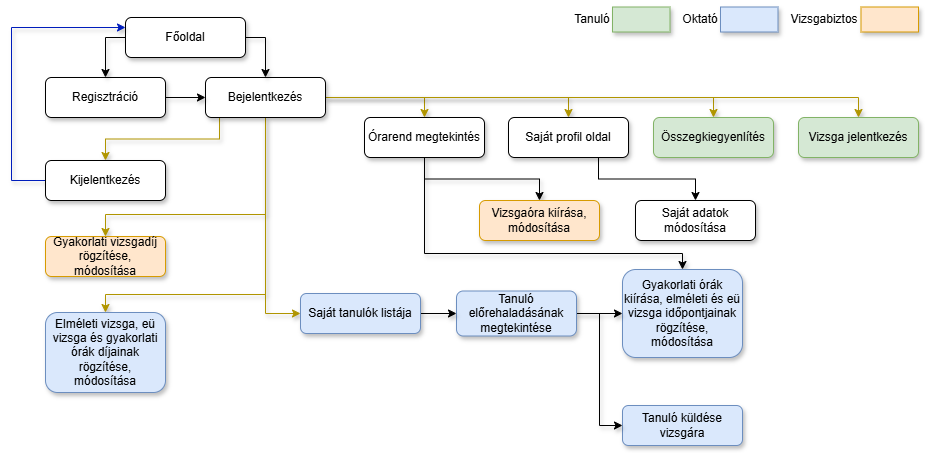
Earlier version of the draw.io export Img/uzleti_folyamatok_modellje.png (herbakmarcell/afp1_projekt). Source tidied: cells renumbered, new cells last; positions are measured from the earlier drawing's top-left corner, leaving out a move shared by most shapes.
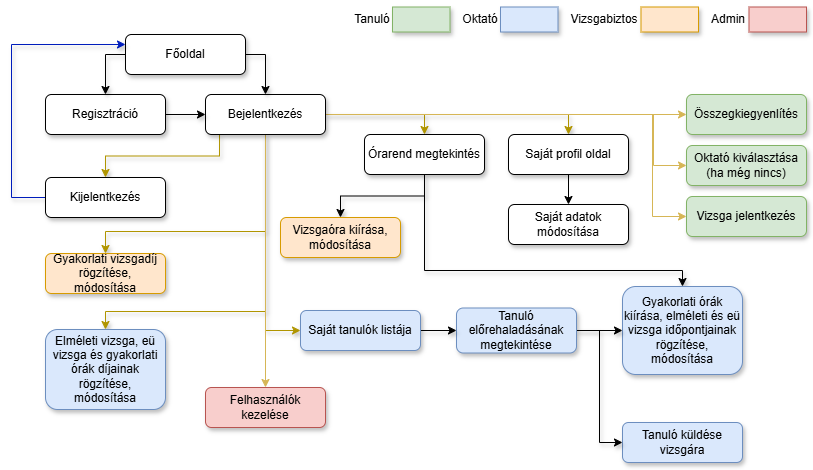
The same diagram one commit later.

Commit message:
Üzleti folyamatok modellje kiegészítés

Change to the diagram source:
```diff
@@ -11,12 +11,6 @@
     <mxCell id="4" style="edgeStyle=orthogonalEdgeStyle;rounded=0;jettySize=auto;html=1;exitX=1;exitY=0.5;exitDx=0;exitDy=0;entryX=0.5;entryY=0;entryDx=0;entryDy=0;fillColor=#e3c800;strokeColor=#B09500;shadow=1;" parent="1" edge="1" source="10" target="14">
       <mxGeometry relative="1" as="geometry" />
     </mxCell>
-    <mxCell id="5" style="edgeStyle=orthogonalEdgeStyle;rounded=0;jettySize=auto;html=1;exitX=1;exitY=0.5;exitDx=0;exitDy=0;entryX=0.5;entryY=0;entryDx=0;entryDy=0;fillColor=#e3c800;strokeColor=#B09500;shadow=1;" parent="1" edge="1" source="10" target="24">
-      <mxGeometry relative="1" as="geometry" />
-    </mxCell>
-    <mxCell id="6" style="edgeStyle=orthogonalEdgeStyle;rounded=0;jettySize=auto;html=1;exitX=1;exitY=0.5;exitDx=0;exitDy=0;entryX=0.5;entryY=0;entryDx=0;entryDy=0;fillColor=#e3c800;strokeColor=#B09500;shadow=1;" parent="1" edge="1" source="10" target="23">
-      <mxGeometry relative="1" as="geometry" />
-    </mxCell>
     <mxCell id="7" style="edgeStyle=orthogonalEdgeStyle;rounded=0;jettySize=auto;html=1;exitX=0.5;exitY=1;exitDx=0;exitDy=0;fillColor=#e3c800;strokeColor=#B09500;shadow=1;" parent="1" edge="1" source="10" target="35">
       <mxGeometry relative="1" as="geometry">
         <Array as="points">
@@ -36,6 +30,28 @@
     <mxCell id="9" style="edgeStyle=orthogonalEdgeStyle;rounded=0;jettySize=auto;html=1;exitX=0.5;exitY=1;exitDx=0;exitDy=0;entryX=0;entryY=0.5;entryDx=0;entryDy=0;fillColor=#e3c800;strokeColor=#B09500;shadow=1;" parent="1" edge="1" source="10" target="40">
       <mxGeometry relative="1" as="geometry" />
     </mxCell>
+    <mxCell id="5" style="edgeStyle=orthogonalEdgeStyle;rounded=0;jettySize=auto;html=1;exitX=1;exitY=0.5;exitDx=0;exitDy=0;fillColor=#fff2cc;strokeColor=#d6b656;" parent="1" edge="1" source="10" target="24">
+      <mxGeometry relative="1" as="geometry" />
+    </mxCell>
+    <mxCell id="42" style="edgeStyle=orthogonalEdgeStyle;rounded=0;jettySize=auto;html=1;exitX=1;exitY=0.5;exitDx=0;exitDy=0;entryX=0;entryY=0.5;entryDx=0;entryDy=0;fillColor=#fff2cc;strokeColor=#d6b656;" parent="1" edge="1" source="10" target="46">
+      <mxGeometry relative="1" as="geometry">
+        <Array as="points">
+          <mxPoint x="642" y="93" />
+          <mxPoint x="642" y="144" />
+        </Array>
+      </mxGeometry>
+    </mxCell>
+    <mxCell id="6" style="edgeStyle=orthogonalEdgeStyle;rounded=0;jettySize=auto;html=1;exitX=1;exitY=0.5;exitDx=0;exitDy=0;entryX=0;entryY=0.5;entryDx=0;entryDy=0;fillColor=#fff2cc;strokeColor=#d6b656;" parent="1" edge="1" source="10" target="23">
+      <mxGeometry relative="1" as="geometry">
+        <Array as="points">
+          <mxPoint x="641" y="93" />
+          <mxPoint x="641" y="195" />
+        </Array>
+      </mxGeometry>
+    </mxCell>
+    <mxCell id="43" style="edgeStyle=orthogonalEdgeStyle;rounded=0;jettySize=auto;html=1;exitX=0.5;exitY=1;exitDx=0;exitDy=0;fillColor=#fff2cc;strokeColor=#d6b656;" parent="1" edge="1" source="10" target="47">
+      <mxGeometry relative="1" as="geometry" />
+    </mxCell>
     <mxCell id="10" value="Bejelentkezés" style="rounded=1;whiteSpace=wrap;html=1;perimeterSpacing=0;shadow=1;" parent="1" vertex="1">
       <mxGeometry x="194" y="73" width="120" height="40" as="geometry" />
     </mxCell>
@@ -45,7 +61,7 @@
     <mxCell id="12" value="Regisztráció" style="rounded=1;whiteSpace=wrap;html=1;perimeterSpacing=0;shadow=1;" parent="1" vertex="1">
       <mxGeometry x="34" y="73" width="120" height="40" as="geometry" />
     </mxCell>
-    <mxCell id="13" style="edgeStyle=orthogonalEdgeStyle;rounded=0;jettySize=auto;html=1;exitX=0.75;exitY=1;exitDx=0;exitDy=0;" parent="1" edge="1" source="14" target="41">
+    <mxCell id="13" style="edgeStyle=orthogonalEdgeStyle;rounded=0;jettySize=auto;html=1;exitX=0.5;exitY=1;exitDx=0;exitDy=0;entryX=0.5;entryY=0;entryDx=0;entryDy=0;" parent="1" edge="1" source="14" target="41">
       <mxGeometry relative="1" as="geometry" />
     </mxCell>
     <mxCell id="14" value="Saját profil oldal" style="rounded=1;whiteSpace=wrap;html=1;perimeterSpacing=0;glass=0;shadow=1;" parent="1" vertex="1">
@@ -86,29 +102,35 @@
       <mxGeometry x="34" y="156" width="120" height="40" as="geometry" />
     </mxCell>
     <mxCell id="23" value="Vizsga jelentkezés" style="rounded=1;whiteSpace=wrap;html=1;fillColor=#d5e8d4;strokeColor=#82b366;perimeterSpacing=0;glass=0;shadow=1;" parent="1" vertex="1">
-      <mxGeometry x="787" y="113" width="120" height="40" as="geometry" />
+      <mxGeometry x="675" y="175" width="120" height="40" as="geometry" />
     </mxCell>
     <mxCell id="24" value="Összegkiegyenlítés" style="rounded=1;whiteSpace=wrap;html=1;fillColor=#d5e8d4;strokeColor=#82b366;perimeterSpacing=0;shadow=1;" parent="1" vertex="1">
-      <mxGeometry x="642" y="113" width="120" height="40" as="geometry" />
+      <mxGeometry x="675" y="73" width="120" height="40" as="geometry" />
     </mxCell>
     <mxCell id="25" style="rounded=0;whiteSpace=wrap;html=1;fillColor=#d5e8d4;strokeColor=#82b366;shadow=1;" parent="1" vertex="1">
-      <mxGeometry x="601" y="2.5" width="57.5" height="25" as="geometry" />
+      <mxGeometry x="381" y="-14.5" width="57.5" height="25" as="geometry" />
     </mxCell>
     <mxCell id="26" value="Tanuló" style="text;html=1;align=center;verticalAlign=middle;whiteSpace=wrap;rounded=0;shadow=1;" parent="1" vertex="1">
-      <mxGeometry x="550.5" width="60" height="30" as="geometry" />
+      <mxGeometry x="330.5" y="-17" width="60" height="30" as="geometry" />
     </mxCell>
     <mxCell id="27" style="rounded=0;whiteSpace=wrap;html=1;fillColor=#dae8fc;strokeColor=#6c8ebf;shadow=1;" parent="1" vertex="1">
-      <mxGeometry x="709" y="2.5" width="57.5" height="25" as="geometry" />
+      <mxGeometry x="489" y="-14.5" width="57.5" height="25" as="geometry" />
     </mxCell>
     <mxCell id="28" value="Oktató" style="text;html=1;align=center;verticalAlign=middle;whiteSpace=wrap;rounded=0;shadow=1;" parent="1" vertex="1">
-      <mxGeometry x="658.5" width="60" height="30" as="geometry" />
+      <mxGeometry x="438.5" y="-17" width="60" height="30" as="geometry" />
     </mxCell>
     <mxCell id="29" style="rounded=0;whiteSpace=wrap;html=1;fillColor=#ffe6cc;strokeColor=#d79b00;shadow=1;" parent="1" vertex="1">
-      <mxGeometry x="849.5" y="2.5" width="57.5" height="25" as="geometry" />
+      <mxGeometry x="629.5" y="-14.5" width="57.5" height="25" as="geometry" />
     </mxCell>
     <mxCell id="30" value="Vizsgabiztos" style="text;html=1;align=center;verticalAlign=middle;whiteSpace=wrap;rounded=0;shadow=1;" parent="1" vertex="1">
-      <mxGeometry x="782.5" width="60" height="30" as="geometry" />
+      <mxGeometry x="562.5" y="-17" width="60" height="30" as="geometry" />
     </mxCell>
+    <mxCell id="44" style="rounded=0;whiteSpace=wrap;html=1;fillColor=#f8cecc;strokeColor=#b85450;shadow=1;" parent="1" vertex="1">
+      <mxGeometry x="737.5" y="-14.5" width="57.5" height="25" as="geometry" />
+    </mxCell>
+    <mxCell id="45" value="Admin" style="text;html=1;align=center;verticalAlign=middle;whiteSpace=wrap;rounded=0;shadow=1;" parent="1" vertex="1">
+      <mxGeometry x="687" y="-17" width="60" height="30" as="geometry" />
+    </mxCell>
     <mxCell id="31" value="Gyakorlati órák kiírása, elméleti és eü vizsga időpontjainak rögzítése, módosítása" style="rounded=1;whiteSpace=wrap;html=1;fillColor=#dae8fc;strokeColor=#6c8ebf;perimeterSpacing=0;shadow=1;" parent="1" vertex="1">
       <mxGeometry x="611" y="265" width="120" height="88" as="geometry" />
     </mxCell>
@@ -119,7 +141,7 @@
       <mxGeometry x="611" y="401" width="120" height="40" as="geometry" />
     </mxCell>
     <mxCell id="34" value="Vizsgaóra kiírása, módosítása" style="rounded=1;whiteSpace=wrap;html=1;fillColor=#ffe6cc;strokeColor=#d79b00;perimeterSpacing=0;shadow=1;" parent="1" vertex="1">
-      <mxGeometry x="468" y="196" width="120" height="40" as="geometry" />
+      <mxGeometry x="269" y="196" width="120" height="40" as="geometry" />
     </mxCell>
     <mxCell id="35" value="Gyakorlati vizsgadíj rögzítése, módosítása" style="rounded=1;whiteSpace=wrap;html=1;fillColor=#ffe6cc;strokeColor=#d79b00;perimeterSpacing=0;shadow=1;" parent="1" vertex="1">
       <mxGeometry x="34" y="232" width="120" height="40" as="geometry" />
@@ -139,8 +161,17 @@
     <mxCell id="40" value="Saját tanulók listája" style="rounded=1;whiteSpace=wrap;html=1;fillColor=#dae8fc;strokeColor=#6c8ebf;perimeterSpacing=0;shadow=1;" parent="1" vertex="1">
       <mxGeometry x="289" y="289" width="120" height="40" as="geometry" />
     </mxCell>
+    <mxCell id="46" value="Oktató kiválasztása (ha még nincs)" style="rounded=1;whiteSpace=wrap;html=1;fillColor=#d5e8d4;strokeColor=#82b366;perimeterSpacing=0;glass=0;shadow=1;" parent="1" vertex="1">
+      <mxGeometry x="675" y="124" width="120" height="40" as="geometry" />
+    </mxCell>
     <mxCell id="41" value="Saját adatok módosítása" style="rounded=1;whiteSpace=wrap;html=1;perimeterSpacing=0;glass=0;shadow=1;" parent="1" vertex="1">
-      <mxGeometry x="624" y="196" width="120" height="40" as="geometry" />
+      <mxGeometry x="497" y="183" width="120" height="40" as="geometry" />
     </mxCell>
+    <mxCell id="47" value="Felhasználók kezelése" style="rounded=1;whiteSpace=wrap;html=1;fillColor=#f8cecc;strokeColor=#b85450;perimeterSpacing=0;shadow=1;" parent="1" vertex="1">
+      <mxGeometry x="194" y="366" width="120" height="40" as="geometry" />
+    </mxCell>
+    <mxCell id="48" style="edgeStyle=orthogonalEdgeStyle;rounded=0;orthogonalLoop=1;jettySize=auto;html=1;exitX=0.5;exitY=1;exitDx=0;exitDy=0;" parent="1" edge="1" source="47" target="47">
+      <mxGeometry relative="1" as="geometry" />
+    </mxCell>
   </root>
 </mxGraphModel>
```
